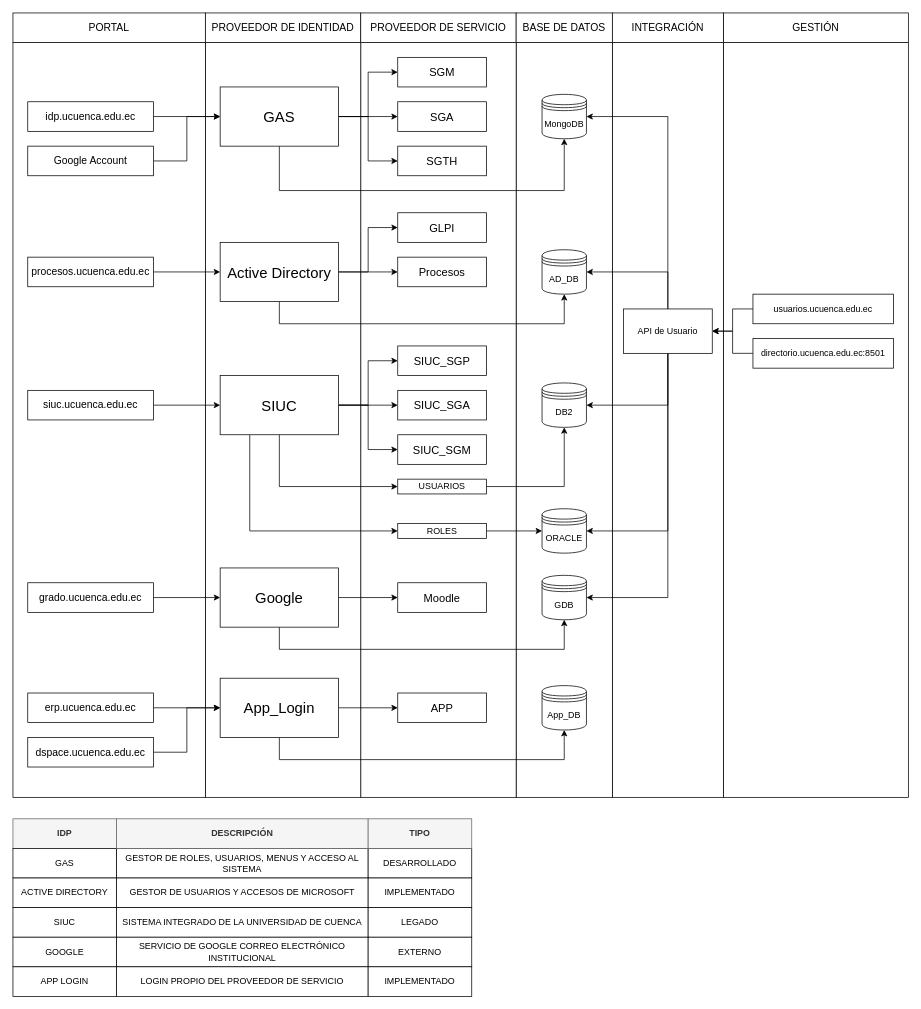
Before: Diagrama sin título.drawio in Xissco/codeWars, a draw.io diagram. Source tidied: cells renumbered, new cells numbered last; positions are measured from the earlier drawing's top-left corner, leaving out a move shared by most shapes. Both pictures are drawn from the tidied source at 74%, with x=0, y=0 at pixel (13, 13).
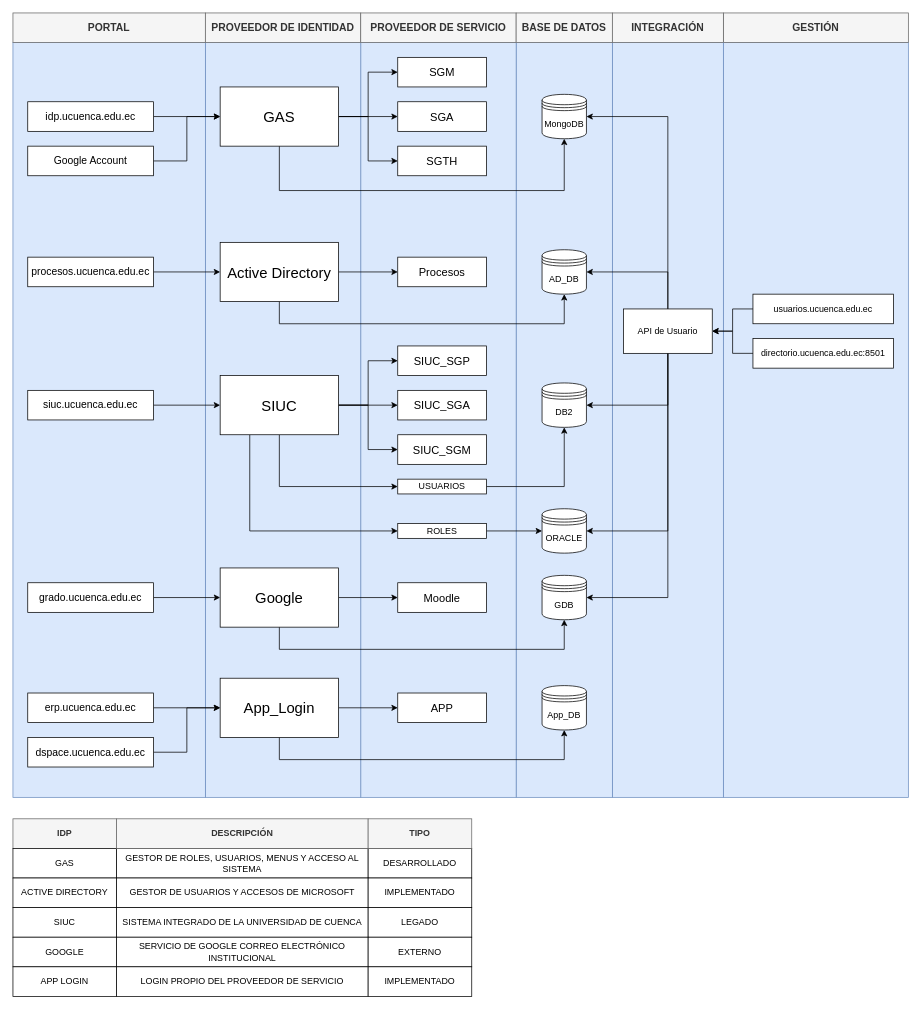
Above is the later version.

Unchanged cells that the change refers to:
```xml
<mxCell id="25" value="Active Directory" style="rounded=0;whiteSpace=wrap;html=1;fontSize=20;" parent="1" vertex="1">
  <mxGeometry x="280" y="310" width="160" height="80" as="geometry" />
</mxCell>
```

Diff of the diagram source:
```diff
@@
-    <mxCell id="2" style="rounded=0;whiteSpace=wrap;html=1;" parent="1" vertex="1">
+    <mxCell id="2" style="rounded=0;whiteSpace=wrap;html=1;fillColor=#dae8fc;strokeColor=#6c8ebf;" parent="1" vertex="1">
       <mxGeometry x="960" y="40" width="250" height="1020" as="geometry" />
     </mxCell>
-    <mxCell id="3" value="GESTIÓN" style="rounded=0;whiteSpace=wrap;html=1;fontSize=14;" parent="1" vertex="1">
+    <mxCell id="3" value="GESTIÓN" style="rounded=0;whiteSpace=wrap;html=1;fontSize=14;fillColor=#f5f5f5;fontColor=#333333;strokeColor=#666666;fontStyle=1;" parent="1" vertex="1">
       <mxGeometry x="960" width="250" height="40" as="geometry" />
     </mxCell>
-    <mxCell id="4" style="rounded=0;whiteSpace=wrap;html=1;" parent="1" vertex="1">
+    <mxCell id="4" style="rounded=0;whiteSpace=wrap;html=1;fillColor=#dae8fc;strokeColor=#6c8ebf;" parent="1" vertex="1">
       <mxGeometry x="810" y="40" width="150" height="1020" as="geometry" />
     </mxCell>
-    <mxCell id="5" style="rounded=0;whiteSpace=wrap;html=1;" parent="1" vertex="1">
+    <mxCell id="5" style="rounded=0;whiteSpace=wrap;html=1;fillColor=#dae8fc;strokeColor=#6c8ebf;" parent="1" vertex="1">
       <mxGeometry x="680" y="40" width="130" height="1020" as="geometry" />
     </mxCell>
-    <mxCell id="6" style="rounded=0;whiteSpace=wrap;html=1;" parent="1" vertex="1">
+    <mxCell id="6" style="rounded=0;whiteSpace=wrap;html=1;fillColor=#dae8fc;strokeColor=#6c8ebf;" parent="1" vertex="1">
       <mxGeometry x="470" y="40" width="210" height="1020" as="geometry" />
     </mxCell>
-    <mxCell id="7" style="rounded=0;whiteSpace=wrap;html=1;" parent="1" vertex="1">
+    <mxCell id="7" style="rounded=0;whiteSpace=wrap;html=1;fillColor=#dae8fc;strokeColor=#6c8ebf;" parent="1" vertex="1">
       <mxGeometry x="260" y="40" width="210" height="1020" as="geometry" />
     </mxCell>
-    <mxCell id="8" style="rounded=0;whiteSpace=wrap;html=1;" parent="1" vertex="1">
+    <mxCell id="8" style="rounded=0;whiteSpace=wrap;html=1;fillColor=#dae8fc;strokeColor=#6c8ebf;" parent="1" vertex="1">
       <mxGeometry y="40" width="260" height="1020" as="geometry" />
     </mxCell>
@@
-    <mxCell id="22" style="edgeStyle=orthogonalEdgeStyle;rounded=0;jettySize=auto;html=1;exitX=1;exitY=0.5;exitDx=0;exitDy=0;entryX=0;entryY=0.5;entryDx=0;entryDy=0;" parent="1" edge="1" source="25" target="27">
-      <mxGeometry relative="1" as="geometry" />
-    </mxCell>
@@
-    <mxCell id="27" value="GLPI" style="rounded=0;whiteSpace=wrap;html=1;fontSize=15;" parent="1" vertex="1">
-      <mxGeometry x="520" y="270" width="120" height="40" as="geometry" />
-    </mxCell>
@@
-    <mxCell id="57" value="PORTAL" style="rounded=0;whiteSpace=wrap;html=1;fontSize=14;" parent="1" vertex="1">
+    <mxCell id="57" value="PORTAL" style="rounded=0;whiteSpace=wrap;html=1;fontSize=14;fillColor=#f5f5f5;fontColor=#333333;strokeColor=#666666;fontStyle=1;" parent="1" vertex="1">
       <mxGeometry width="260" height="40" as="geometry" />
     </mxCell>
-    <mxCell id="58" value="PROVEEDOR DE IDENTIDAD" style="rounded=0;whiteSpace=wrap;html=1;fontSize=14;" parent="1" vertex="1">
+    <mxCell id="58" value="PROVEEDOR DE IDENTIDAD" style="rounded=0;whiteSpace=wrap;html=1;fontSize=14;fillColor=#f5f5f5;fontColor=#333333;strokeColor=#666666;fontStyle=1;" parent="1" vertex="1">
       <mxGeometry x="260" width="210" height="40" as="geometry" />
     </mxCell>
-    <mxCell id="59" value="PROVEEDOR DE SERVICIO" style="rounded=0;whiteSpace=wrap;html=1;fontSize=14;" parent="1" vertex="1">
+    <mxCell id="59" value="PROVEEDOR DE SERVICIO" style="rounded=0;whiteSpace=wrap;html=1;fontSize=14;fillColor=#f5f5f5;fontColor=#333333;strokeColor=#666666;fontStyle=1;" parent="1" vertex="1">
       <mxGeometry x="470" width="210" height="40" as="geometry" />
     </mxCell>
-    <mxCell id="60" value="BASE DE DATOS" style="rounded=0;whiteSpace=wrap;html=1;fontSize=14;" parent="1" vertex="1">
+    <mxCell id="60" value="BASE DE DATOS" style="rounded=0;whiteSpace=wrap;html=1;fontSize=14;fillColor=#f5f5f5;fontColor=#333333;strokeColor=#666666;fontStyle=1;" parent="1" vertex="1">
       <mxGeometry x="680" width="130" height="40" as="geometry" />
     </mxCell>
-    <mxCell id="61" value="INTEGRACIÓN" style="rounded=0;whiteSpace=wrap;html=1;fontSize=14;" parent="1" vertex="1">
+    <mxCell id="61" value="INTEGRACIÓN" style="rounded=0;whiteSpace=wrap;html=1;fontSize=14;fillColor=#f5f5f5;fontColor=#333333;strokeColor=#666666;fontStyle=1;" parent="1" vertex="1">
       <mxGeometry x="810" width="150" height="40" as="geometry" />
     </mxCell>
```
